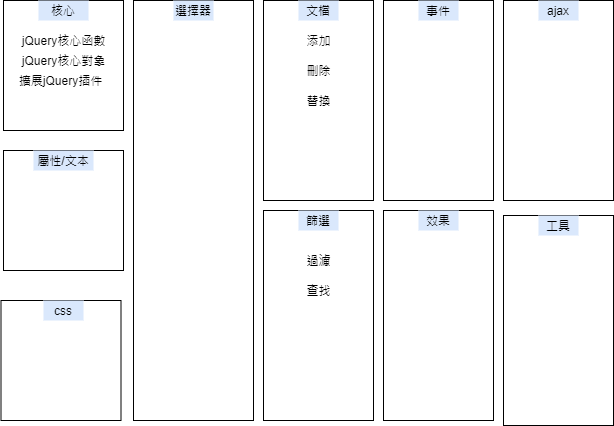
Earlier version of the draw.io export chart/jQueryDocumentationStructure.png (littleant9414/learnjQuery). Source tidied: cells renumbered, new cells last; positions are measured from the earlier drawing's top-left corner, leaving out a move shared by most shapes.
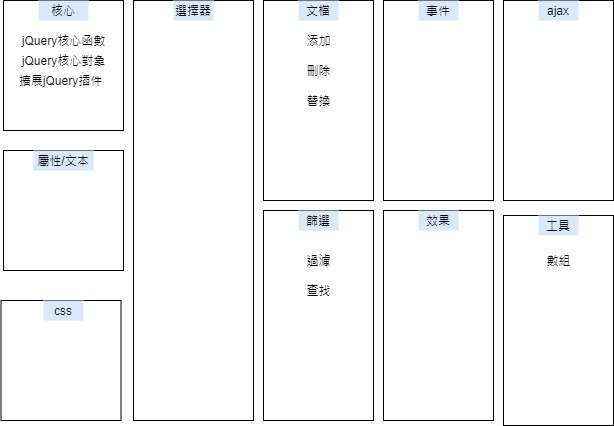
After the change.

Change to the diagram source:
```diff
@@ -86,5 +86,8 @@
     <mxCell id="29" value="工具" style="text;html=1;strokeColor=none;fillColor=#dae8fc;align=center;verticalAlign=middle;whiteSpace=wrap;rounded=0;" parent="1" vertex="1">
       <mxGeometry x="537" y="215" width="40" height="20" as="geometry" />
     </mxCell>
+    <mxCell id="30" value="數組" style="text;html=1;strokeColor=none;fillColor=none;align=center;verticalAlign=middle;whiteSpace=wrap;rounded=0;" parent="1" vertex="1">
+      <mxGeometry x="509.5" y="250" width="95" height="20" as="geometry" />
+    </mxCell>
   </root>
 </mxGraphModel>
```
